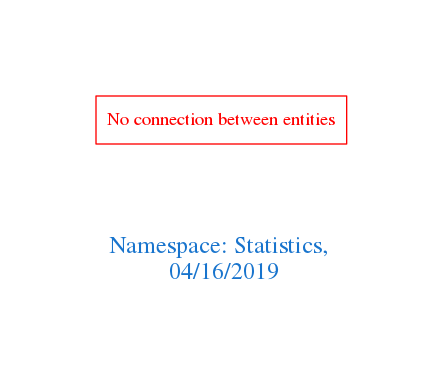
This is downloads/Statistics.png from arago/OGIT, a Graphviz export, as it was before one commit. Its source is kept beside it as downloads/Statistics.dot.
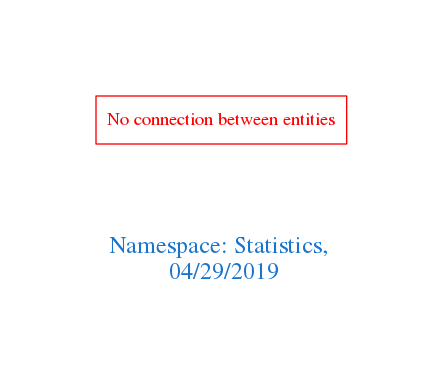
The same file after the commit.

The edit, as a diff of the source:
```diff
@@ -1,7 +1,7 @@
 digraph OGIT_ontology {
  graph [ rankdir= LR,pad=1
 fontsize = 18,
-fontcolor= dodgerblue3,label = "\n\n\nNamespace: Statistics, \n 04/16/2019"];
+fontcolor= dodgerblue3,label = "\n\n\nNamespace: Statistics, \n 04/29/2019"];
 node[shape=polygon];
 edge [  color="gray81"];
 
```
